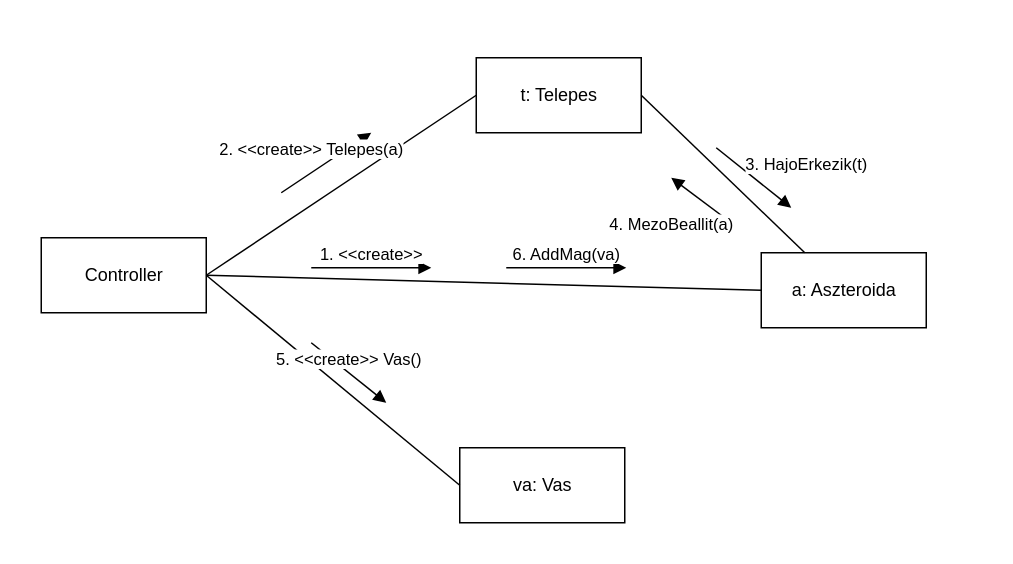
The draw.io diagram page "vas" (1 of 4) of doc/kommunikacio/kom_TelepesBanyasz.drawio in torpeBoiGo/aszteroidabanyaszat, before the edit. Source tidied: cells renumbered, new cells numbered last; positions are measured from the earlier drawing's top-left corner, leaving out a move shared by most shapes. Both pictures are drawn from the tidied source at 150%, with x=0, y=0 at pixel (40, 57).
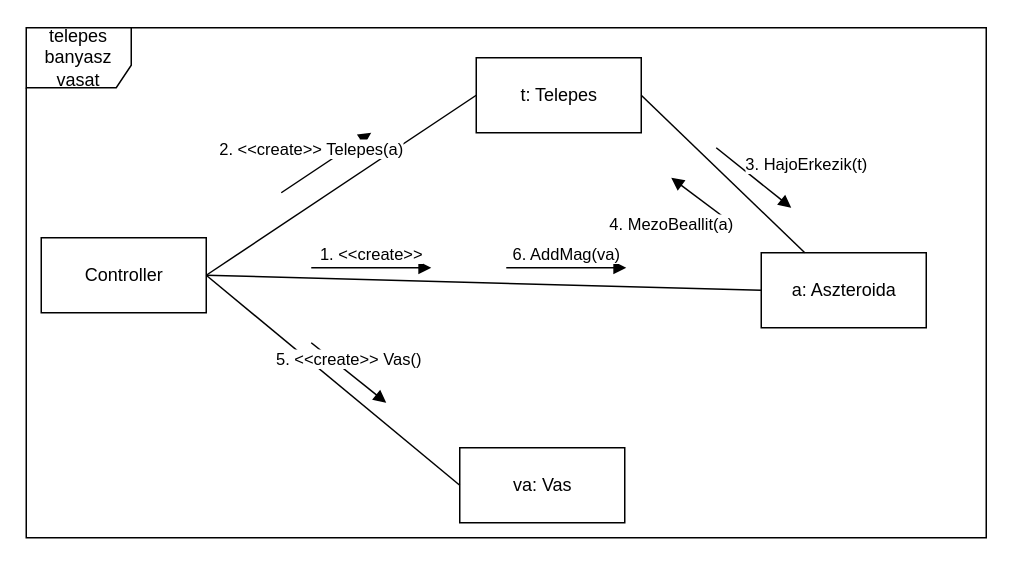
Above is the later version.

Diff of the diagram source:
```diff
@@
+    <mxCell id="16" value="telepes banyasz vasat" style="shape=umlFrame;whiteSpace=wrap;html=1;width=70;height=40;" parent="1" vertex="1">
+      <mxGeometry x="-10" y="-20" width="640" height="340" as="geometry" />
+    </mxCell>
```
